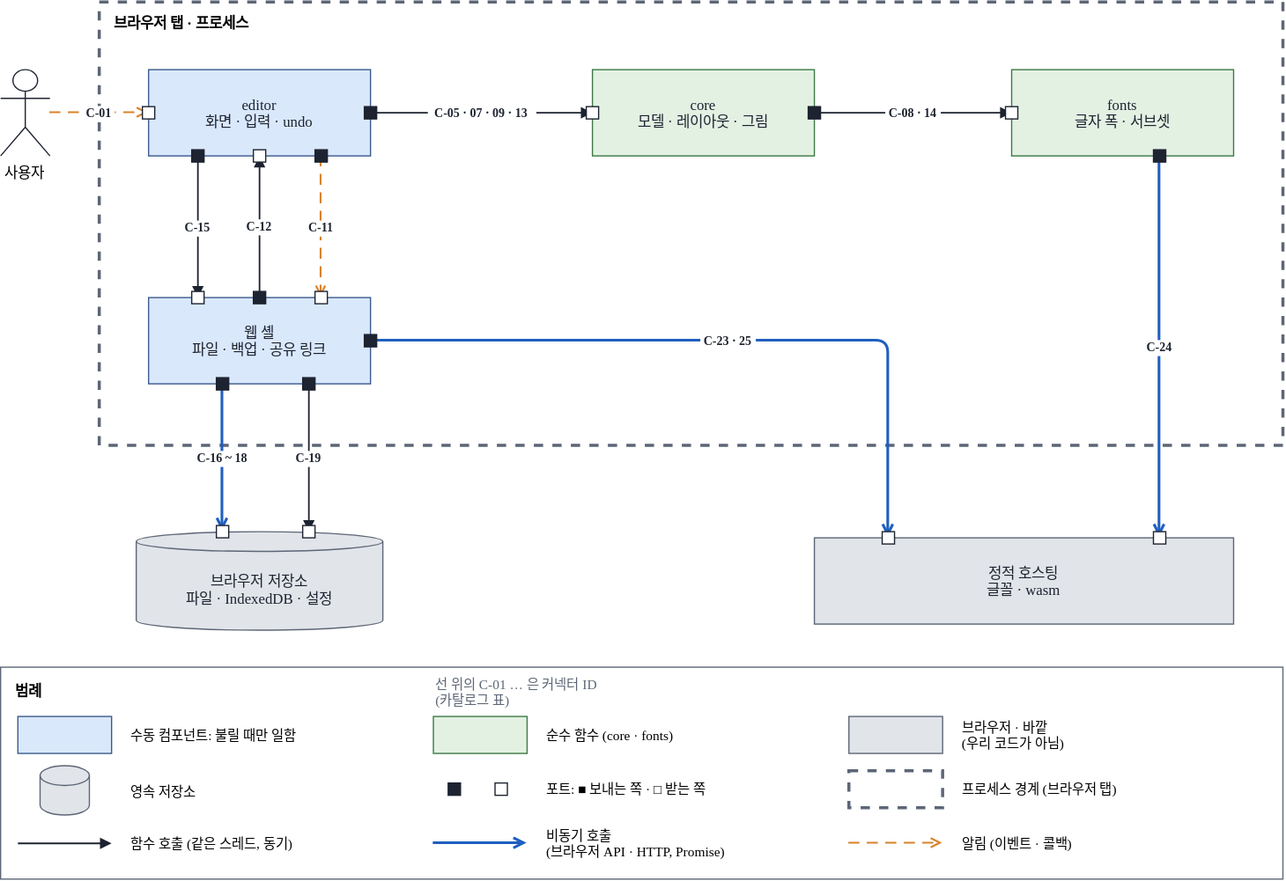
reddiana/AriadneNSD keeps this draw.io diagram as docs/03-architecture/assets/cc-view-web-overview.drawio.svg. Above is the earlier version. Source tidied: cells renumbered, new cells last; positions are measured from the earlier drawing's top-left corner, leaving out a move shared by most shapes.
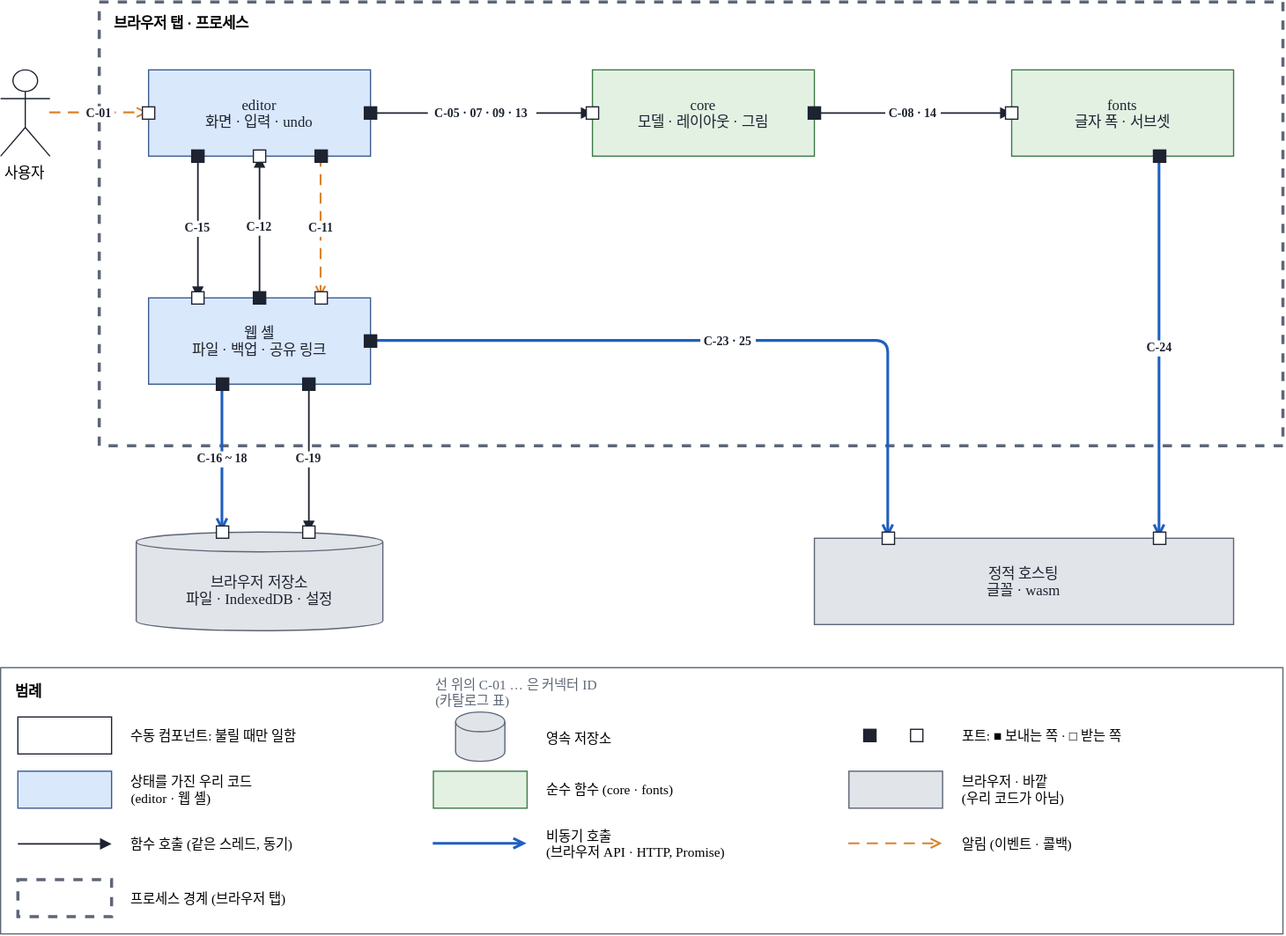
After the change.

Commit message:
docs(architecture): C&C 범례에서 모양과 색을 가르고 3.3은 보충 설명만 남김

Change to the diagram source:
```diff
@@ -147,40 +147,46 @@
       <mxGeometry x="935" y="430" width="10" height="10" as="geometry" />
     </mxCell>
     <mxCell id="39" value="범례" style="rounded=0;fillColor=#ffffff;strokeColor=#5d6676;verticalAlign=top;align=left;spacingLeft=10;spacingTop=6;fontStyle=1;fontFamily=Malgun Gothic;fontSize=12;" parent="1" vertex="1">
-      <mxGeometry y="540" width="1040" height="172" as="geometry" />
+      <mxGeometry y="540" width="1040" height="216" as="geometry" />
     </mxCell>
-    <mxCell id="40" style="rounded=0;html=0;fillColor=#dae8fc;strokeColor=#3b5b8c;fontColor=#1d2330;" parent="1" vertex="1">
+    <mxCell id="40" style="rounded=0;html=0;fillColor=#ffffff;strokeColor=#1d2330;fontColor=#1d2330;" parent="1" vertex="1">
       <mxGeometry x="14" y="580" width="76" height="30" as="geometry" />
     </mxCell>
     <mxCell id="41" value="수동 컴포넌트: 불릴 때만 일함" style="text;html=0;align=left;verticalAlign=middle;fontFamily=Malgun Gothic;fontSize=12;fontSize=11;" parent="1" vertex="1">
       <mxGeometry x="104" y="580" width="186" height="30" as="geometry" />
     </mxCell>
     <mxCell id="42" style="rounded=0;html=0;fillColor=#e3f1e3;strokeColor=#3c7a45;fontColor=#1d2330;" parent="1" vertex="1">
-      <mxGeometry x="351" y="580" width="76" height="30" as="geometry" />
+      <mxGeometry x="351" y="624" width="76" height="30" as="geometry" />
     </mxCell>
     <mxCell id="43" value="순수 함수 (core · fonts)" style="text;html=0;align=left;verticalAlign=middle;fontFamily=Malgun Gothic;fontSize=12;fontSize=11;" parent="1" vertex="1">
-      <mxGeometry x="441" y="580" width="186" height="30" as="geometry" />
+      <mxGeometry x="441" y="624" width="186" height="30" as="geometry" />
     </mxCell>
+    <mxCell id="60" style="rounded=0;html=0;fillColor=#dae8fc;strokeColor=#3b5b8c;fontColor=#1d2330;" parent="1" vertex="1">
+      <mxGeometry x="14" y="624" width="76" height="30" as="geometry" />
+    </mxCell>
+    <mxCell id="61" value="상태를 가진 우리 코드&#10;(editor · 웹 셸)" style="text;html=0;align=left;verticalAlign=middle;fontFamily=Malgun Gothic;fontSize=12;fontSize=11;" parent="1" vertex="1">
+      <mxGeometry x="104" y="624" width="186" height="30" as="geometry" />
+    </mxCell>
     <mxCell id="44" style="rounded=0;html=0;fillColor=#e1e4e9;strokeColor=#5d6676;fontColor=#1d2330;" parent="1" vertex="1">
-      <mxGeometry x="688" y="580" width="76" height="30" as="geometry" />
+      <mxGeometry x="688" y="624" width="76" height="30" as="geometry" />
     </mxCell>
     <mxCell id="45" value="브라우저 · 바깥&#10;(우리 코드가 아님)" style="text;html=0;align=left;verticalAlign=middle;fontFamily=Malgun Gothic;fontSize=12;fontSize=11;" parent="1" vertex="1">
-      <mxGeometry x="778" y="580" width="186" height="30" as="geometry" />
+      <mxGeometry x="778" y="624" width="186" height="30" as="geometry" />
     </mxCell>
     <mxCell id="46" style="shape=cylinder3;boundedLbl=1;size=8;html=0;fillColor=#e1e4e9;strokeColor=#5d6676;fontColor=#1d2330;" parent="1" vertex="1">
-      <mxGeometry x="32" y="620" width="40" height="40" as="geometry" />
+      <mxGeometry x="369" y="576" width="40" height="40" as="geometry" />
     </mxCell>
     <mxCell id="47" value="영속 저장소" style="text;html=0;align=left;verticalAlign=middle;fontFamily=Malgun Gothic;fontSize=12;fontSize=11;" parent="1" vertex="1">
-      <mxGeometry x="104" y="624" width="186" height="34" as="geometry" />
+      <mxGeometry x="441" y="580" width="186" height="34" as="geometry" />
     </mxCell>
     <mxCell id="48" style="rounded=0;strokeColor=#1d2330;fillColor=#1d2330;" parent="1" vertex="1">
-      <mxGeometry x="363" y="634" width="10" height="10" as="geometry" />
+      <mxGeometry x="700" y="590" width="10" height="10" as="geometry" />
     </mxCell>
     <mxCell id="49" style="rounded=0;strokeColor=#1d2330;fillColor=#ffffff;" parent="1" vertex="1">
-      <mxGeometry x="401" y="634" width="10" height="10" as="geometry" />
+      <mxGeometry x="738" y="590" width="10" height="10" as="geometry" />
     </mxCell>
     <mxCell id="50" value="포트: ■ 보내는 쪽 · □ 받는 쪽" style="text;html=0;align=left;verticalAlign=middle;fontFamily=Malgun Gothic;fontSize=12;fontSize=11;" parent="1" vertex="1">
-      <mxGeometry x="441" y="624" width="186" height="30" as="geometry" />
+      <mxGeometry x="778" y="580" width="186" height="30" as="geometry" />
     </mxCell>
     <mxCell id="51" value="함수 호출 (같은 스레드, 동기)" style="text;html=0;align=left;verticalAlign=middle;fontFamily=Malgun Gothic;fontSize=12;fontSize=11;" parent="1" vertex="1">
       <mxGeometry x="104" y="668" width="186" height="30" as="geometry" />
@@ -192,10 +198,10 @@
       <mxGeometry x="778" y="668" width="186" height="30" as="geometry" />
     </mxCell>
     <mxCell id="54" style="rounded=0;fillColor=none;dashed=1;strokeWidth=2.5;strokeColor=#5d6676;" parent="1" vertex="1">
-      <mxGeometry x="688" y="624" width="76" height="30" as="geometry" />
+      <mxGeometry x="14" y="712" width="76" height="30" as="geometry" />
     </mxCell>
     <mxCell id="55" value="프로세스 경계 (브라우저 탭)" style="text;html=0;align=left;verticalAlign=middle;fontFamily=Malgun Gothic;fontSize=12;fontSize=11;" parent="1" vertex="1">
-      <mxGeometry x="778" y="624" width="186" height="30" as="geometry" />
+      <mxGeometry x="104" y="712" width="186" height="30" as="geometry" />
     </mxCell>
     <mxCell id="56" value="선 위의 C-01 … 은 커넥터 ID&#10;(카탈로그 표)" style="text;html=0;align=left;verticalAlign=middle;fontFamily=Malgun Gothic;fontSize=12;fontSize=11;fontColor=#5d6676;" parent="1" vertex="1">
       <mxGeometry x="351" y="545" width="276" height="30" as="geometry" />
```
